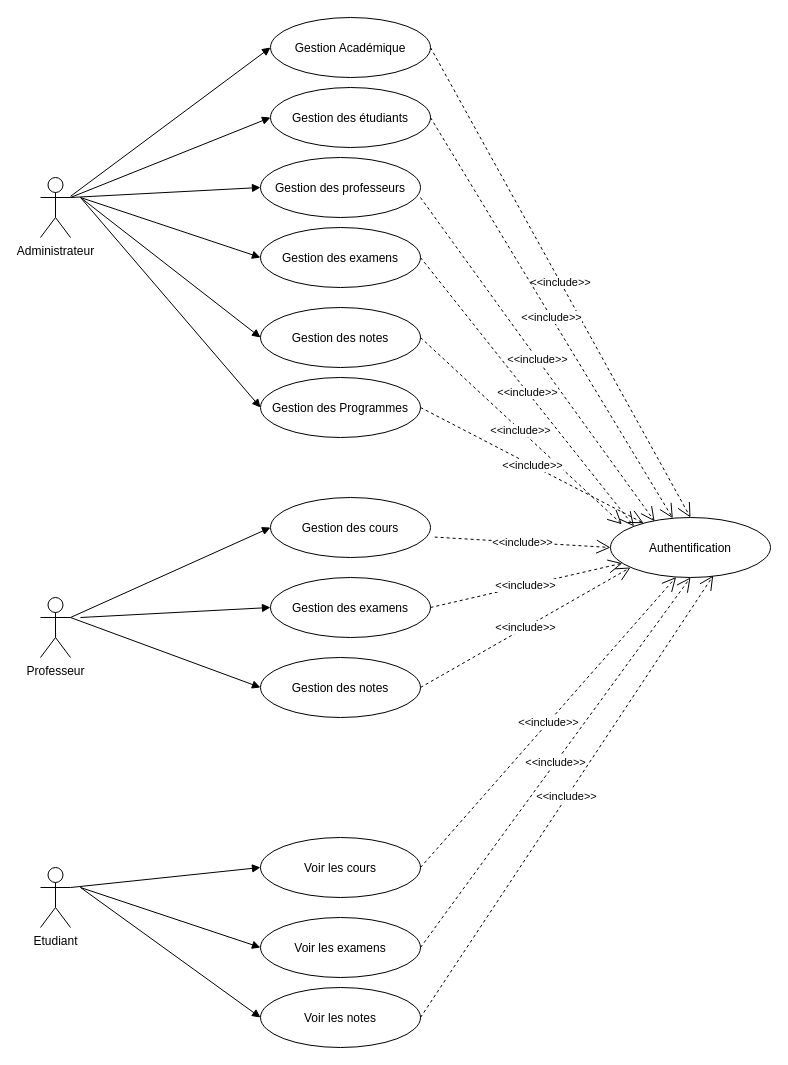
Above: Diagramme activité.drawio in Alino999/U-AUBEN (draw.io), before the change. Source tidied: cells renumbered, new cells numbered last; positions are measured from the earlier drawing's top-left corner, leaving out a move shared by most shapes. Both pictures are drawn from the tidied source at 100%, with x=0, y=0 at pixel (40, 17).
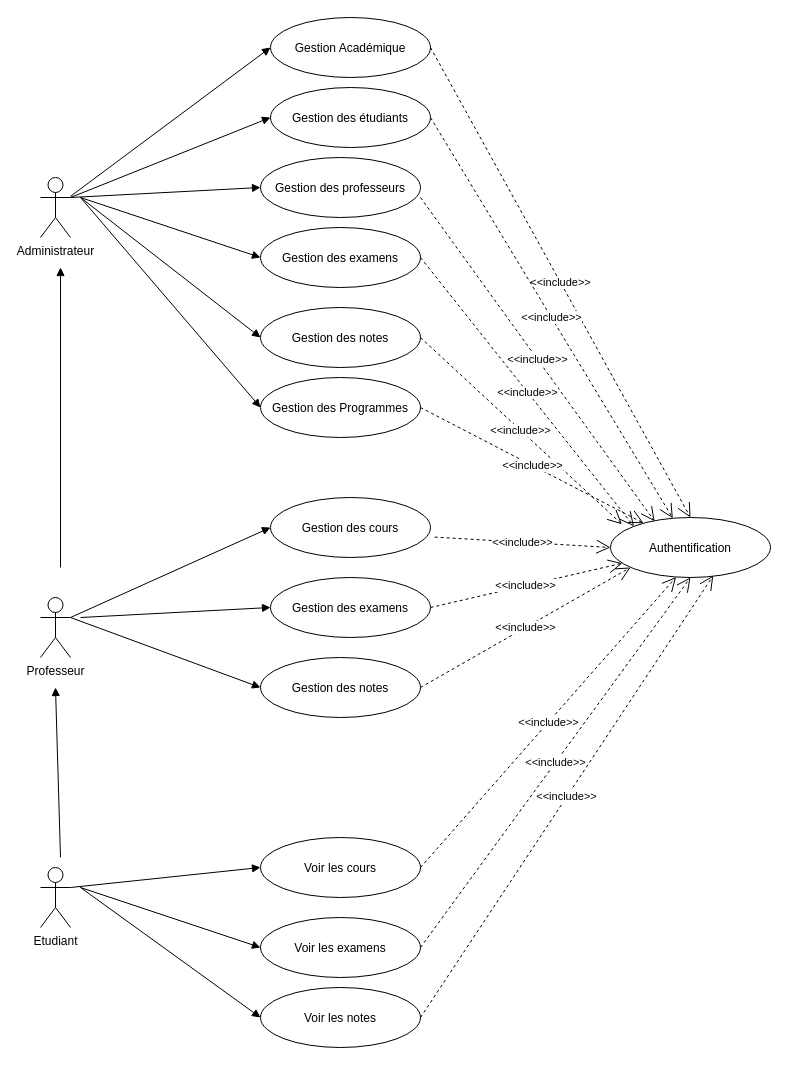
After the change.

Commit message:
Mettre à jour Diagramme activité.drawio

Diff of the diagram source:
```diff
@@
+    <mxCell id="42" style="html=1;verticalAlign=bottom;endArrow=block;curved=0;rounded=0;" parent="1" edge="1">
+      <mxGeometry relative="1" as="geometry">
+        <mxPoint x="20" y="840" as="sourcePoint" />
+        <mxPoint x="15" y="670" as="targetPoint" />
+      </mxGeometry>
+    </mxCell>
+    <mxCell id="43" style="html=1;verticalAlign=bottom;endArrow=block;curved=0;rounded=0;" parent="1" edge="1">
+      <mxGeometry relative="1" as="geometry">
+        <mxPoint x="20" y="550" as="sourcePoint" />
+        <mxPoint x="20" y="250" as="targetPoint" />
+      </mxGeometry>
+    </mxCell>
```
